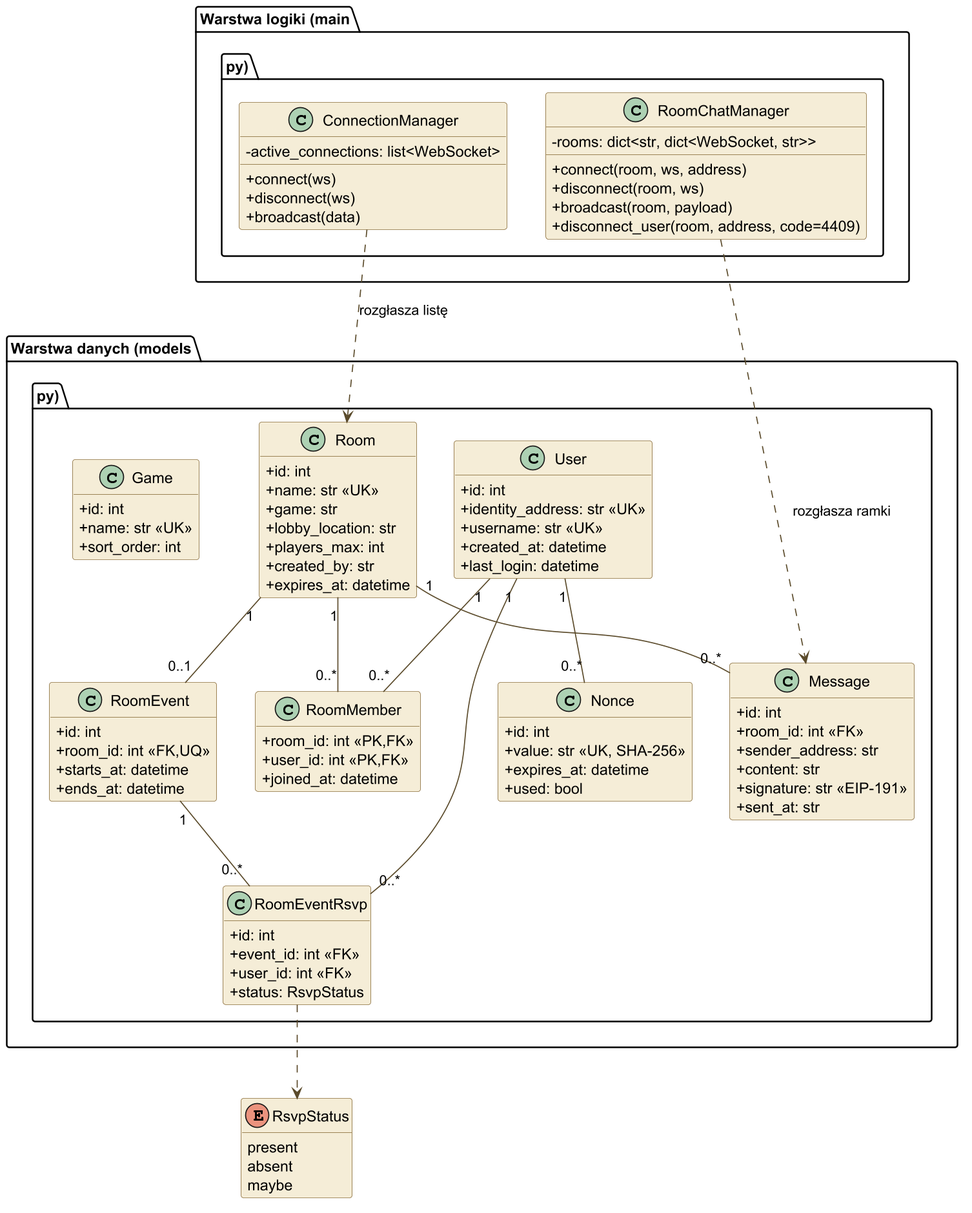
The PlantUML diagram prezentacje/raport_koncowy/diagramy/klasy.png in ioad-modul-sumatywny-26/playlink, before a commit. Source of this version:
```plantuml
@startuml klasy
skinparamlocked dpi 160
skinparam backgroundColor #FFFFFF
skinparam shadowing false
skinparam classAttributeIconSize 0
skinparam class {
  BackgroundColor #f5ecd6
  BorderColor #8a6d3b
  ArrowColor #5a4a2a
}
hide empty members

enum RsvpStatus {
  present
  absent
  maybe
}

package "Warstwa danych (models.py)" {
  class User {
    +id: int
    +identity_address: str «UK»
    +username: str «UK»
    +created_at: datetime
    +last_login: datetime
  }
  class Room {
    +id: int
    +name: str «UK»
    +game: str
    +lobby_location: str
    +players_max: int
    +created_by: str
    +expires_at: datetime
  }
  class RoomMember {
    +room_id: int «PK,FK»
    +user_id: int «PK,FK»
    +joined_at: datetime
  }
  class Message {
    +id: int
    +room_id: int «FK»
    +sender_address: str
    +content: str
    +signature: str «EIP-191»
    +sent_at: str
  }
  class RoomEvent {
    +id: int
    +room_id: int «FK,UQ»
    +starts_at: datetime
    +ends_at: datetime
  }
  class RoomEventRsvp {
    +id: int
    +event_id: int «FK»
    +user_id: int «FK»
    +status: RsvpStatus
  }
  class Game {
    +id: int
    +name: str «UK»
    +sort_order: int
  }
  class Nonce {
    +id: int
    +value: str «UK, SHA-256»
    +expires_at: datetime
    +used: bool
  }
}

package "Warstwa logiki (main.py)" {
  class ConnectionManager {
    -active_connections: list<WebSocket>
    +connect(ws)
    +disconnect(ws)
    +broadcast(data)
  }
  class RoomChatManager {
    -rooms: dict<str, dict<WebSocket, str>>
    +connect(room, ws, address)
    +disconnect(room, ws)
    +broadcast(room, payload)
    +disconnect_user(room, address, code=4409)
  }
}

User "1" -- "0..*" Nonce
User "1" -- "0..*" RoomMember
Room "1" -- "0..*" RoomMember
Room "1" -- "0..*" Message
Room "1" -- "0..1" RoomEvent
RoomEvent "1" -- "0..*" RoomEventRsvp
User "1" -- "0..*" RoomEventRsvp
RoomEventRsvp ..> RsvpStatus

ConnectionManager ..> Room : rozgłasza listę
RoomChatManager ..> Message : rozgłasza ramki
@enduml
```
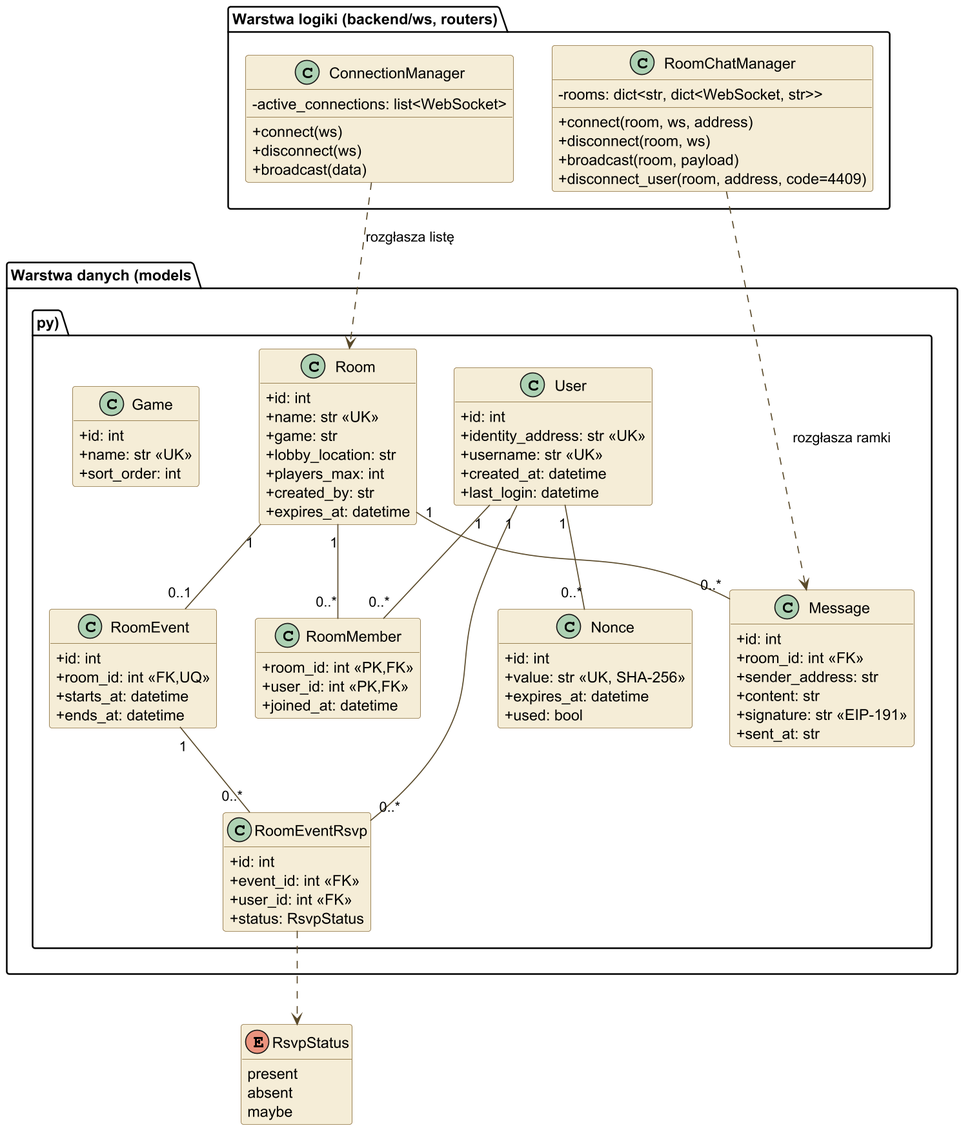
Later version of the same file.

Commit message:
docs: align report file references with modular backend (ws/managers.py, config.py)

The edit, as a diff of the source:
```diff
@@ -71,7 +71,7 @@
   }
 }
 
-package "Warstwa logiki (main.py)" {
+package "Warstwa logiki (backend/ws, routers)" {
   class ConnectionManager {
     -active_connections: list<WebSocket>
     +connect(ws)
```
